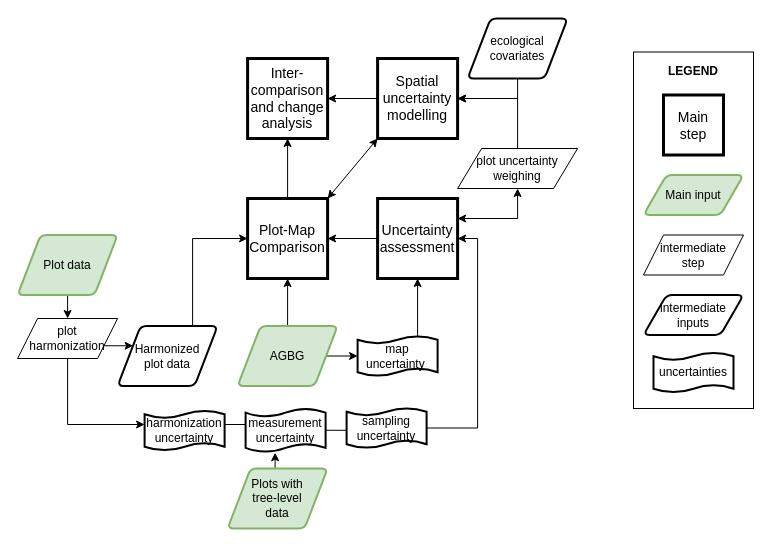
Earlier version of the draw.io diagram Untitled Diagram.drawio (arnanaraza/diagrams). Source tidied: cells renumbered, new cells numbered last; positions are measured from the earlier drawing's top-left corner, leaving out a move shared by most shapes. Both pictures are drawn from the tidied source at 100%, with x=0, y=0 at pixel (17, 18).
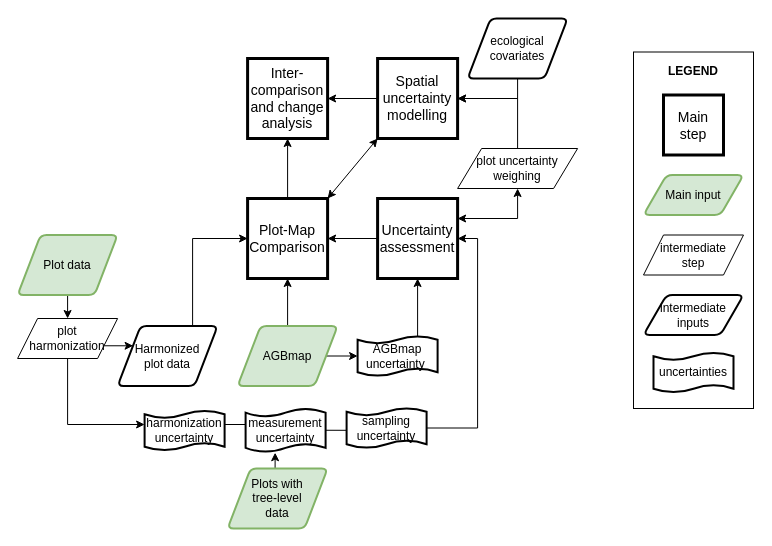
Above is the later version.

The edit, as a diff of the source:
```diff
@@
-    <mxCell id="4" value="AGBG" style="shape=parallelogram;html=1;strokeWidth=2;perimeter=parallelogramPerimeter;whiteSpace=wrap;rounded=1;arcSize=12;size=0.23;fillColor=#d5e8d4;strokeColor=#82b366;" parent="1" vertex="1">
+    <mxCell id="4" value="AGBmap" style="shape=parallelogram;html=1;strokeWidth=2;perimeter=parallelogramPerimeter;whiteSpace=wrap;rounded=1;arcSize=12;size=0.23;fillColor=#d5e8d4;strokeColor=#82b366;" parent="1" vertex="1">
       <mxGeometry x="220.1" y="307.5" width="100" height="60" as="geometry" />
     </mxCell>
@@
-    <mxCell id="32" value="map uncertainty&amp;nbsp;" style="shape=tape;whiteSpace=wrap;html=1;strokeWidth=2;size=0.19;" parent="1" vertex="1">
+    <mxCell id="32" value="AGBmap uncertainty&amp;nbsp;" style="shape=tape;whiteSpace=wrap;html=1;strokeWidth=2;size=0.19;" parent="1" vertex="1">
       <mxGeometry x="340.1" y="317.5" width="80" height="40" as="geometry" />
     </mxCell>
```
